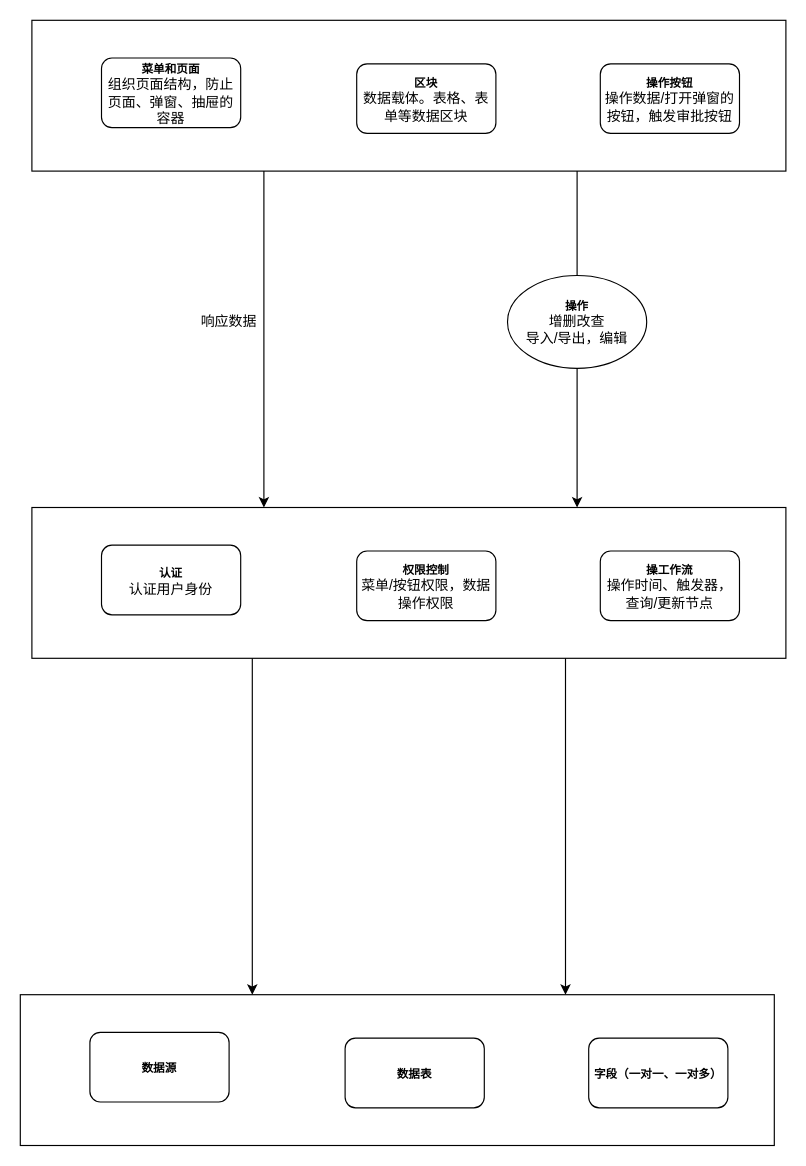
This is 未命名绘图.drawio from xiemanshaung/ChatGPT-Next-Web, a draw.io file, before an edit. Source tidied: cells renumbered, new cells numbered last; positions are measured from the earlier drawing's top-left corner, leaving out a move shared by most shapes. Both pictures are drawn from the tidied source at 116%, with x=0, y=0 at pixel (20, 20).
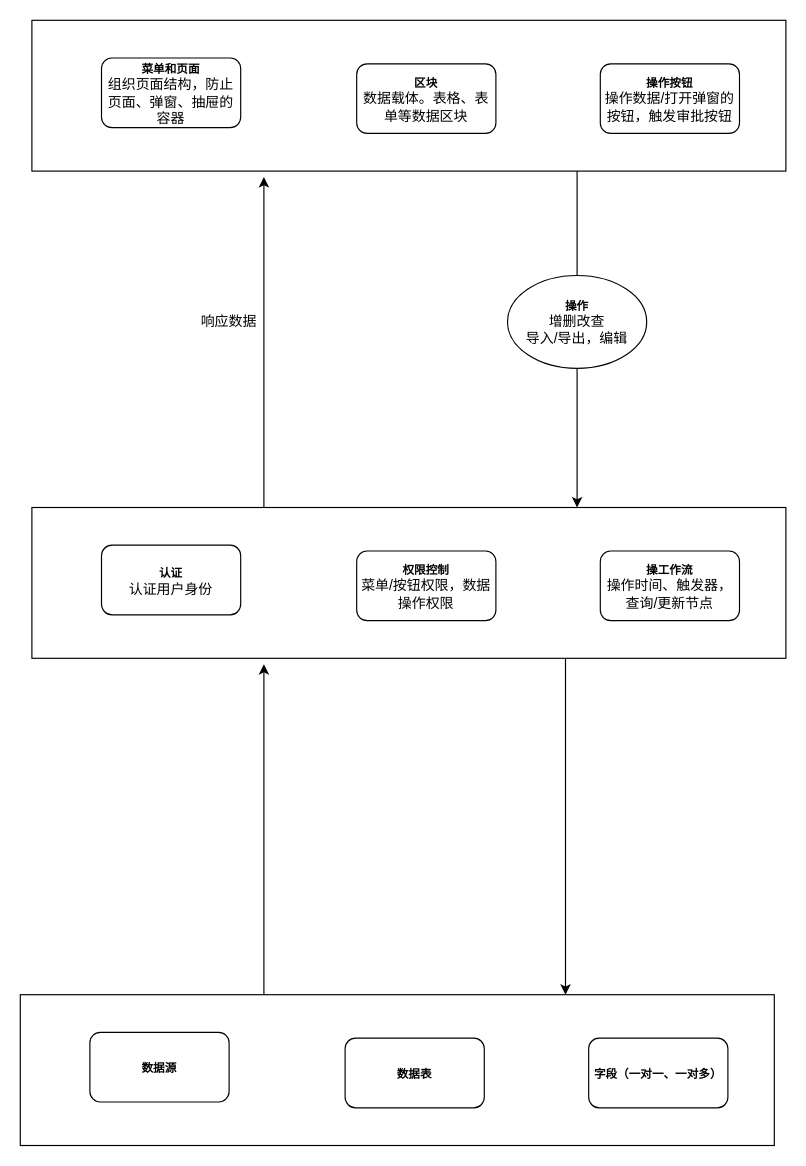
After the change.

Commit message:
更新未命名绘图.drawio

Diff of the diagram source:
```diff
@@
-    <mxCell id="11" style="endArrow=classic;html=1;rounded=0;exitX=0.5;exitY=1;exitDx=0;exitDy=0;entryX=0.5;entryY=0;entryDx=0;entryDy=0;" parent="1" edge="1">
+    <mxCell id="11" style="endArrow=classic;html=1;rounded=0;exitX=0.363;exitY=-0.031;exitDx=0;exitDy=0;entryX=0.363;entryY=1.008;entryDx=0;entryDy=0;exitPerimeter=0;entryPerimeter=0;" parent="1" edge="1">
       <mxGeometry relative="1" as="geometry">
-        <mxPoint x="210" y="130" as="sourcePoint" />
-        <mxPoint x="210" y="420" as="targetPoint" />
+        <mxPoint x="210" y="420" as="sourcePoint" />
+        <mxPoint x="210" y="135.1" as="targetPoint" />
       </mxGeometry>
     </mxCell>
@@
-    <mxCell id="19" style="endArrow=classic;html=1;rounded=0;exitX=0.5;exitY=1;exitDx=0;exitDy=0;entryX=0.5;entryY=0;entryDx=0;entryDy=0;" parent="1" edge="1">
-      <mxGeometry relative="1" as="geometry">
-        <mxPoint x="200" y="550" as="sourcePoint" />
-        <mxPoint x="200" y="840" as="targetPoint" />
-      </mxGeometry>
-    </mxCell>
+    <mxCell id="20" style="endArrow=classic;html=1;rounded=0;exitX=0.363;exitY=-0.031;exitDx=0;exitDy=0;entryX=0.363;entryY=1.008;entryDx=0;entryDy=0;exitPerimeter=0;entryPerimeter=0;" parent="1" edge="1">
+      <mxGeometry relative="1" as="geometry">
+        <mxPoint x="210" y="840" as="sourcePoint" />
+        <mxPoint x="210" y="555.1" as="targetPoint" />
+      </mxGeometry>
+    </mxCell>
```
